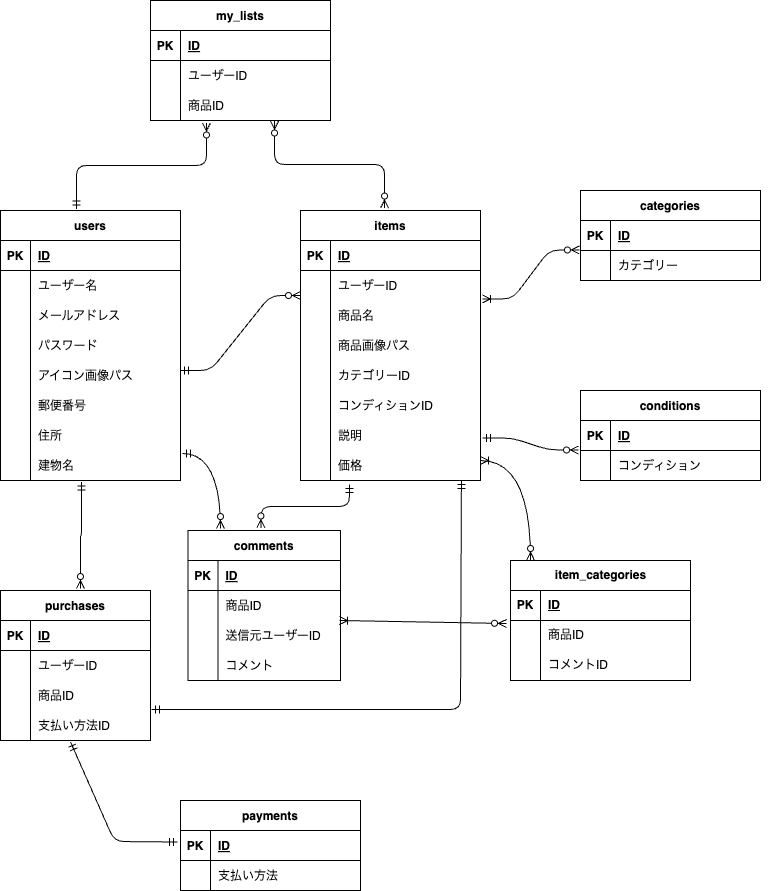
Above: docker/index.drawio.png in horiaya/pro-simulation (draw.io), before the change. Source tidied: cells renumbered, new cells last; positions are measured from the earlier drawing's top-left corner, leaving out a move shared by most shapes.
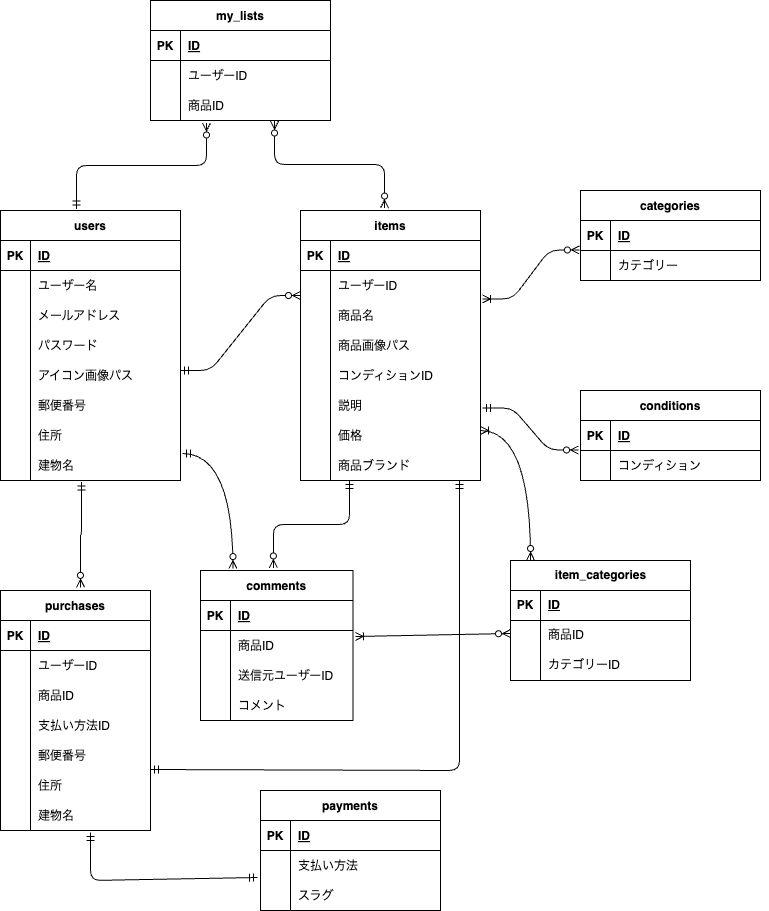
After the commit.

The edit, as a diff of the source:
```diff
@@ -146,17 +146,8 @@
     <mxCell id="49" value="商品画像パス" style="shape=partialRectangle;fillColor=none;top=0;left=0;bottom=0;right=0;align=left;spacingLeft=6;overflow=hidden;" parent="47" vertex="1">
       <mxGeometry x="30" width="150" height="30" as="geometry" />
     </mxCell>
-    <mxCell id="50" style="shape=tableRow;horizontal=0;startSize=0;swimlaneHead=0;swimlaneBody=0;fillColor=none;top=0;left=0;right=0;bottom=0;" parent="37" vertex="1">
-      <mxGeometry y="150" width="180" height="30" as="geometry" />
-    </mxCell>
-    <mxCell id="51" style="shape=partialRectangle;fillColor=none;top=0;left=0;bottom=0;right=0;overflow=hidden;" parent="50" vertex="1">
-      <mxGeometry width="30" height="30" as="geometry" />
-    </mxCell>
-    <mxCell id="52" value="カテゴリーID" style="shape=partialRectangle;fillColor=none;top=0;left=0;bottom=0;right=0;align=left;spacingLeft=6;overflow=hidden;" parent="50" vertex="1">
-      <mxGeometry x="30" width="150" height="30" as="geometry" />
-    </mxCell>
     <mxCell id="53" style="shape=tableRow;horizontal=0;startSize=0;swimlaneHead=0;swimlaneBody=0;fillColor=none;top=0;left=0;right=0;bottom=0;" parent="37" vertex="1">
-      <mxGeometry y="180" width="180" height="30" as="geometry" />
+      <mxGeometry y="150" width="180" height="30" as="geometry" />
     </mxCell>
     <mxCell id="54" style="shape=partialRectangle;fillColor=none;top=0;left=0;bottom=0;right=0;overflow=hidden;" parent="53" vertex="1">
       <mxGeometry width="30" height="30" as="geometry" />
@@ -165,7 +156,7 @@
       <mxGeometry x="30" width="150" height="30" as="geometry" />
     </mxCell>
     <mxCell id="56" style="shape=tableRow;horizontal=0;startSize=0;swimlaneHead=0;swimlaneBody=0;fillColor=none;points=[[0,0.5],[1,0.5]];portConstraint=eastwest;top=0;left=0;right=0;bottom=0;" parent="37" vertex="1">
-      <mxGeometry y="210" width="180" height="30" as="geometry" />
+      <mxGeometry y="180" width="180" height="30" as="geometry" />
     </mxCell>
     <mxCell id="57" style="shape=partialRectangle;fillColor=none;top=0;left=0;bottom=0;right=0;overflow=hidden;" parent="56" vertex="1">
       <mxGeometry width="30" height="30" as="geometry" />
@@ -174,7 +165,7 @@
       <mxGeometry x="30" width="150" height="30" as="geometry" />
     </mxCell>
     <mxCell id="59" style="shape=tableRow;horizontal=0;startSize=0;swimlaneHead=0;swimlaneBody=0;fillColor=none;points=[[0,0.5],[1,0.5]];portConstraint=eastwest;top=0;left=0;right=0;bottom=0;" parent="37" vertex="1">
-      <mxGeometry y="240" width="180" height="30" as="geometry" />
+      <mxGeometry y="210" width="180" height="30" as="geometry" />
     </mxCell>
     <mxCell id="60" style="shape=partialRectangle;fillColor=none;top=0;left=0;bottom=0;right=0;overflow=hidden;" parent="59" vertex="1">
       <mxGeometry width="30" height="30" as="geometry" />
@@ -182,6 +173,15 @@
     <mxCell id="61" value="価格" style="shape=partialRectangle;fillColor=none;top=0;left=0;bottom=0;right=0;align=left;spacingLeft=6;overflow=hidden;" parent="59" vertex="1">
       <mxGeometry x="30" width="150" height="30" as="geometry" />
     </mxCell>
+    <mxCell id="132" style="shape=tableRow;horizontal=0;startSize=0;swimlaneHead=0;swimlaneBody=0;fillColor=none;top=0;left=0;right=0;bottom=0;" parent="37" vertex="1">
+      <mxGeometry y="240" width="180" height="30" as="geometry" />
+    </mxCell>
+    <mxCell id="133" style="shape=partialRectangle;fillColor=none;top=0;left=0;bottom=0;right=0;overflow=hidden;" parent="132" vertex="1">
+      <mxGeometry width="30" height="30" as="geometry" />
+    </mxCell>
+    <mxCell id="134" value="商品ブランド" style="shape=partialRectangle;fillColor=none;top=0;left=0;bottom=0;right=0;align=left;spacingLeft=6;overflow=hidden;" parent="132" vertex="1">
+      <mxGeometry x="30" width="150" height="30" as="geometry" />
+    </mxCell>
     <mxCell id="62" value="categories" style="shape=table;startSize=30;rowLines=0;fontStyle=1;align=center;" parent="1" vertex="1">
       <mxGeometry x="580" y="190" width="180" height="90" as="geometry" />
     </mxCell>
@@ -228,7 +228,7 @@
       <mxGeometry relative="1" as="geometry" />
     </mxCell>
     <mxCell id="77" value="comments" style="shape=table;startSize=30;rowLines=0;fontStyle=1;align=center;" parent="1" vertex="1">
-      <mxGeometry x="187.5" y="530" width="152.5" height="150" as="geometry" />
+      <mxGeometry x="200" y="570" width="152.5" height="150" as="geometry" />
     </mxCell>
     <mxCell id="78" style="shape=tableRow;horizontal=0;startSize=0;swimlaneHead=0;swimlaneBody=0;fillColor=none;top=0;left=0;right=0;bottom=1;" parent="77" vertex="1">
       <mxGeometry y="30" width="152.5" height="30" as="geometry" />
@@ -267,7 +267,7 @@
       <mxGeometry x="30" width="122.5" height="30" as="geometry" />
     </mxCell>
     <mxCell id="90" value="payments" style="shape=table;startSize=30;rowLines=0;fontStyle=1;align=center;" parent="1" vertex="1">
-      <mxGeometry x="180" y="800" width="180" height="90" as="geometry" />
+      <mxGeometry x="260" y="790" width="180" height="120" as="geometry" />
     </mxCell>
     <mxCell id="91" style="shape=tableRow;horizontal=0;startSize=0;swimlaneHead=0;swimlaneBody=0;fillColor=none;points=[[0,0.5],[1,0.5]];portConstraint=eastwest;top=0;left=0;right=0;bottom=1;" parent="90" vertex="1">
       <mxGeometry y="30" width="180" height="30" as="geometry" />
@@ -287,8 +287,17 @@
     <mxCell id="96" value="支払い方法" style="shape=partialRectangle;fillColor=none;top=0;left=0;bottom=0;right=0;align=left;spacingLeft=6;overflow=hidden;" parent="94" vertex="1">
       <mxGeometry x="30" width="150" height="30" as="geometry" />
     </mxCell>
+    <mxCell id="135" style="shape=tableRow;horizontal=0;startSize=0;swimlaneHead=0;swimlaneBody=0;fillColor=none;top=0;left=0;right=0;bottom=0;" parent="90" vertex="1">
+      <mxGeometry y="90" width="180" height="30" as="geometry" />
+    </mxCell>
+    <mxCell id="136" style="shape=partialRectangle;fillColor=none;top=0;left=0;bottom=0;right=0;overflow=hidden;" parent="135" vertex="1">
+      <mxGeometry width="30" height="30" as="geometry" />
+    </mxCell>
+    <mxCell id="137" value="スラグ" style="shape=partialRectangle;fillColor=none;top=0;left=0;bottom=0;right=0;align=left;spacingLeft=6;overflow=hidden;" parent="135" vertex="1">
+      <mxGeometry x="30" width="150" height="30" as="geometry" />
+    </mxCell>
     <mxCell id="97" value="purchases" style="shape=table;startSize=30;rowLines=0;fontStyle=1;align=center;" parent="1" vertex="1">
-      <mxGeometry y="590" width="150" height="150" as="geometry" />
+      <mxGeometry y="590" width="150" height="240" as="geometry" />
     </mxCell>
     <mxCell id="98" style="shape=tableRow;horizontal=0;startSize=0;swimlaneHead=0;swimlaneBody=0;fillColor=none;top=0;left=0;right=0;bottom=1;" parent="97" vertex="1">
       <mxGeometry y="30" width="150" height="30" as="geometry" />
@@ -326,6 +335,33 @@
     <mxCell id="109" value="支払い方法ID" style="shape=partialRectangle;fillColor=none;top=0;left=0;bottom=0;right=0;align=left;spacingLeft=6;overflow=hidden;" parent="107" vertex="1">
       <mxGeometry x="30" width="120" height="30" as="geometry" />
     </mxCell>
+    <mxCell id="138" style="shape=tableRow;horizontal=0;startSize=0;swimlaneHead=0;swimlaneBody=0;fillColor=none;top=0;left=0;right=0;bottom=0;" parent="97" vertex="1">
+      <mxGeometry y="150" width="150" height="30" as="geometry" />
+    </mxCell>
+    <mxCell id="139" style="shape=partialRectangle;fillColor=none;top=0;left=0;bottom=0;right=0;overflow=hidden;" parent="138" vertex="1">
+      <mxGeometry width="30" height="30" as="geometry" />
+    </mxCell>
+    <mxCell id="140" value="郵便番号" style="shape=partialRectangle;fillColor=none;top=0;left=0;bottom=0;right=0;align=left;spacingLeft=6;overflow=hidden;" parent="138" vertex="1">
+      <mxGeometry x="30" width="120" height="30" as="geometry" />
+    </mxCell>
+    <mxCell id="141" style="shape=tableRow;horizontal=0;startSize=0;swimlaneHead=0;swimlaneBody=0;fillColor=none;top=0;left=0;right=0;bottom=0;" parent="97" vertex="1">
+      <mxGeometry y="180" width="150" height="30" as="geometry" />
+    </mxCell>
+    <mxCell id="142" style="shape=partialRectangle;fillColor=none;top=0;left=0;bottom=0;right=0;overflow=hidden;" parent="141" vertex="1">
+      <mxGeometry width="30" height="30" as="geometry" />
+    </mxCell>
+    <mxCell id="143" value="住所" style="shape=partialRectangle;fillColor=none;top=0;left=0;bottom=0;right=0;align=left;spacingLeft=6;overflow=hidden;" parent="141" vertex="1">
+      <mxGeometry x="30" width="120" height="30" as="geometry" />
+    </mxCell>
+    <mxCell id="144" style="shape=tableRow;horizontal=0;startSize=0;swimlaneHead=0;swimlaneBody=0;fillColor=none;points=[[0,0.5],[1,0.5]];portConstraint=eastwest;top=0;left=0;right=0;bottom=0;" parent="97" vertex="1">
+      <mxGeometry y="210" width="150" height="30" as="geometry" />
+    </mxCell>
+    <mxCell id="145" style="shape=partialRectangle;fillColor=none;top=0;left=0;bottom=0;right=0;overflow=hidden;" parent="144" vertex="1">
+      <mxGeometry width="30" height="30" as="geometry" />
+    </mxCell>
+    <mxCell id="146" value="建物名" style="shape=partialRectangle;fillColor=none;top=0;left=0;bottom=0;right=0;align=left;spacingLeft=6;overflow=hidden;" parent="144" vertex="1">
+      <mxGeometry x="30" width="120" height="30" as="geometry" />
+    </mxCell>
     <mxCell id="110" style="edgeStyle=entityRelationEdgeStyle;fontSize=12;html=1;endArrow=ERzeroToMany;startArrow=ERmandOne;" parent="1" edge="1">
       <mxGeometry relative="1" as="geometry">
         <mxPoint x="180" y="370" as="sourcePoint" />
@@ -341,23 +377,27 @@
     <mxCell id="113" style="edgeStyle=entityRelationEdgeStyle;fontSize=12;html=1;endArrow=ERoneToMany;startArrow=ERzeroToMany;elbow=vertical;entryX=1.011;entryY=-0.05;entryDx=0;entryDy=0;entryPerimeter=0;exitX=-0.006;exitY=0.983;exitDx=0;exitDy=0;exitPerimeter=0;" parent="1" edge="1" source="63" target="44">
       <mxGeometry relative="1" as="geometry" />
     </mxCell>
-    <mxCell id="114" style="edgeStyle=elbowEdgeStyle;fontSize=12;html=1;endArrow=ERzeroToMany;startArrow=ERmandOne;elbow=vertical;entryX=0.478;entryY=-0.017;entryDx=0;entryDy=0;entryPerimeter=0;exitX=0.272;exitY=1.133;exitDx=0;exitDy=0;exitPerimeter=0;" parent="1" edge="1" source="59" target="77">
-      <mxGeometry relative="1" as="geometry" />
+    <mxCell id="114" style="edgeStyle=elbowEdgeStyle;fontSize=12;html=1;endArrow=ERzeroToMany;startArrow=ERmandOne;elbow=vertical;entryX=0.478;entryY=-0.017;entryDx=0;entryDy=0;entryPerimeter=0;" parent="1" edge="1" target="77">
+      <mxGeometry relative="1" as="geometry">
+        <mxPoint x="349" y="480" as="sourcePoint" />
+      </mxGeometry>
     </mxCell>
-    <mxCell id="115" style="fontSize=12;html=1;endArrow=ERmandOne;startArrow=ERmandOne;exitX=1.006;exitY=0.967;exitDx=0;exitDy=0;exitPerimeter=0;elbow=vertical;entryX=0.894;entryY=1;entryDx=0;entryDy=0;entryPerimeter=0;" parent="1" edge="1" source="104" target="59">
+    <mxCell id="115" style="fontSize=12;html=1;endArrow=ERmandOne;startArrow=ERmandOne;exitX=1.013;exitY=0.967;exitDx=0;exitDy=0;exitPerimeter=0;elbow=vertical;entryX=0.894;entryY=1;entryDx=0;entryDy=0;entryPerimeter=0;" parent="1" edge="1">
       <mxGeometry relative="1" as="geometry">
+        <mxPoint x="150" y="769" as="sourcePoint" />
+        <mxPoint x="459" y="480" as="targetPoint" />
         <Array as="points">
-          <mxPoint x="460" y="709" />
+          <mxPoint x="459.1" y="770" />
         </Array>
       </mxGeometry>
     </mxCell>
     <mxCell id="116" style="edgeStyle=elbowEdgeStyle;fontSize=12;html=1;endArrow=ERzeroToMany;startArrow=ERmandOne;exitX=0.45;exitY=1.05;exitDx=0;exitDy=0;exitPerimeter=0;elbow=vertical;entryX=0.533;entryY=-0.013;entryDx=0;entryDy=0;entryPerimeter=0;" parent="1" edge="1" source="24" target="97">
       <mxGeometry relative="1" as="geometry" />
     </mxCell>
-    <mxCell id="117" style="fontSize=12;html=1;endArrow=ERmandOne;startArrow=ERmandOne;exitX=-0.017;exitY=0.383;exitDx=0;exitDy=0;exitPerimeter=0;elbow=vertical;entryX=0.467;entryY=1.05;entryDx=0;entryDy=0;entryPerimeter=0;" parent="1" edge="1" source="91" target="107">
+    <mxCell id="117" style="fontSize=12;html=1;endArrow=ERmandOne;startArrow=ERmandOne;exitX=-0.017;exitY=0.9;exitDx=0;exitDy=0;exitPerimeter=0;elbow=vertical;entryX=0.6;entryY=1.067;entryDx=0;entryDy=0;entryPerimeter=0;" parent="1" edge="1" source="94" target="144">
       <mxGeometry relative="1" as="geometry">
         <Array as="points">
-          <mxPoint x="114" y="841" />
+          <mxPoint x="90" y="880" />
         </Array>
       </mxGeometry>
     </mxCell>
@@ -394,7 +434,7 @@
     <mxCell id="128" style="shape=partialRectangle;fillColor=none;top=0;left=0;bottom=0;right=0;overflow=hidden;whiteSpace=wrap;html=1;" parent="127" vertex="1">
       <mxGeometry width="30" height="30" as="geometry" />
     </mxCell>
-    <mxCell id="129" value="コメントID" style="shape=partialRectangle;fillColor=none;top=0;left=0;bottom=0;right=0;align=left;spacingLeft=6;overflow=hidden;whiteSpace=wrap;html=1;" parent="127" vertex="1">
+    <mxCell id="129" value="カテゴリーID" style="shape=partialRectangle;fillColor=none;top=0;left=0;bottom=0;right=0;align=left;spacingLeft=6;overflow=hidden;whiteSpace=wrap;html=1;" parent="127" vertex="1">
       <mxGeometry x="30" width="150" height="30" as="geometry" />
     </mxCell>
     <mxCell id="130" style="edgeStyle=orthogonalEdgeStyle;fontSize=12;html=1;endArrow=ERoneToMany;startArrow=ERzeroToMany;entryX=1;entryY=0.333;entryDx=0;entryDy=0;entryPerimeter=0;elbow=vertical;curved=1;" parent="1" edge="1" target="59">
@@ -402,9 +442,9 @@
         <mxPoint x="530" y="560" as="sourcePoint" />
       </mxGeometry>
     </mxCell>
-    <mxCell id="131" style="fontSize=12;html=1;endArrow=ERoneToMany;startArrow=ERzeroToMany;elbow=vertical;exitX=-0.022;exitY=0.1;exitDx=0;exitDy=0;exitPerimeter=0;" parent="1" edge="1" source="124">
+    <mxCell id="131" style="fontSize=12;html=1;endArrow=ERoneToMany;startArrow=ERzeroToMany;elbow=vertical;exitX=-0.022;exitY=0.1;exitDx=0;exitDy=0;exitPerimeter=0;entryX=1.016;entryY=0.2;entryDx=0;entryDy=0;entryPerimeter=0;" parent="1" edge="1" target="81">
       <mxGeometry relative="1" as="geometry">
-        <mxPoint x="339" y="620" as="targetPoint" />
+        <mxPoint x="510" y="633" as="sourcePoint" />
       </mxGeometry>
     </mxCell>
   </root>
```
